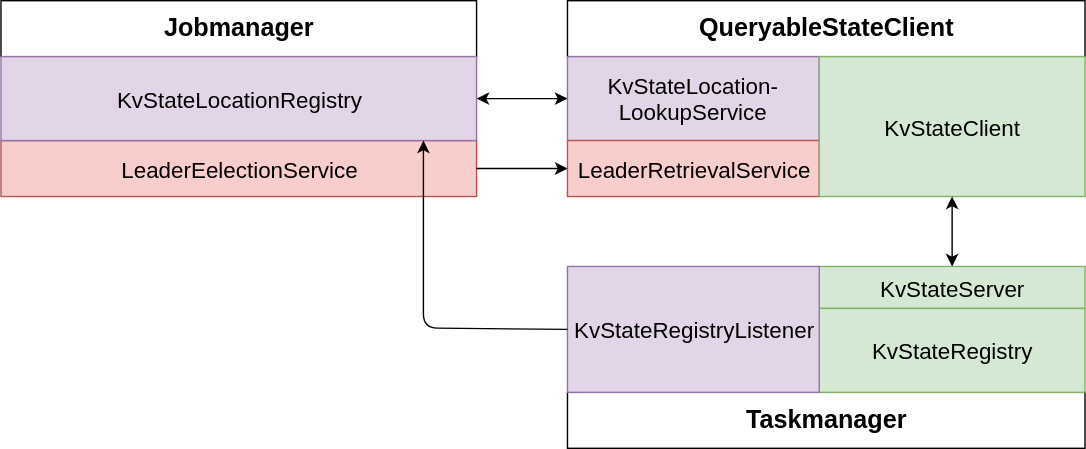
Above: qb-talk/img/QueryableStateFlow.svg in knaufk/queryable-billing (draw.io), before the change. Source tidied: cells renumbered, new cells last; positions are measured from the earlier drawing's top-left corner, leaving out a move shared by most shapes. Its diagram source:
```xml
<mxGraphModel background="#ffffff">
  <root>
    <mxCell id="0" />
    <mxCell id="1" parent="0" />
    <mxCell id="2" value="&lt;b&gt;QueryableStateClient&lt;/b&gt;" style="whiteSpace=wrap;html=1;fontSize=18;" parent="1" vertex="1">
      <mxGeometry x="405" width="370" height="40" as="geometry" />
    </mxCell>
    <mxCell id="3" value="&lt;div&gt;&lt;span&gt;KvStateLocation-&lt;/span&gt;&lt;span&gt;LookupService&lt;/span&gt;&lt;br&gt;&lt;/div&gt;" style="whiteSpace=wrap;html=1;fillColor=#e1d5e7;strokeColor=#9673a6;fontSize=16;" parent="1" vertex="1">
      <mxGeometry x="405" y="40" width="180" height="60" as="geometry" />
    </mxCell>
    <mxCell id="4" value="LeaderRetrievalService" style="whiteSpace=wrap;html=1;fillColor=#f8cecc;strokeColor=#b85450;fontSize=16;" parent="1" vertex="1">
      <mxGeometry x="405" y="100" width="180" height="40" as="geometry" />
    </mxCell>
    <mxCell id="5" value="&lt;b&gt;Jobmanager&lt;/b&gt;" style="whiteSpace=wrap;html=1;fillColor=#ffffff;strokeColor=#000000;fontSize=18;" parent="1" vertex="1">
      <mxGeometry width="340" height="40" as="geometry" />
    </mxCell>
    <mxCell id="6" value="LeaderEelectionService" style="whiteSpace=wrap;html=1;fillColor=#f8cecc;strokeColor=#b85450;fontSize=16;" parent="1" vertex="1">
      <mxGeometry y="100" width="340" height="40" as="geometry" />
    </mxCell>
    <mxCell id="7" style="endArrow=classic;html=1;entryX=0;entryY=0.5;" parent="1" edge="1" target="4">
      <mxGeometry relative="1" as="geometry">
        <mxPoint x="340" y="120" as="sourcePoint" />
      </mxGeometry>
    </mxCell>
    <mxCell id="8" value="&lt;div&gt;KvStateClient&lt;/div&gt;" style="whiteSpace=wrap;html=1;fillColor=#d5e8d4;strokeColor=#82B366;fontSize=16;" parent="1" vertex="1">
      <mxGeometry x="585" y="40" width="190" height="100" as="geometry" />
    </mxCell>
    <mxCell id="9" value="&lt;div&gt;&lt;b&gt;Taskmanager&lt;/b&gt;&lt;br&gt;&lt;/div&gt;" style="whiteSpace=wrap;html=1;fillColor=#ffffff;strokeColor=#000000;fontSize=18;" parent="1" vertex="1">
      <mxGeometry x="405" y="280" width="370" height="40" as="geometry" />
    </mxCell>
    <mxCell id="10" value="&lt;font style=&quot;font-size: 16px&quot;&gt;KvStateServer&lt;/font&gt;" style="whiteSpace=wrap;html=1;fillColor=#d5e8d4;strokeColor=#82b366;" parent="1" vertex="1">
      <mxGeometry x="585" y="190" width="190" height="30" as="geometry" />
    </mxCell>
    <mxCell id="11" value="KvStateRegistry" style="whiteSpace=wrap;html=1;fillColor=#d5e8d4;strokeColor=#82b366;fontSize=16;" parent="1" vertex="1">
      <mxGeometry x="585" y="220" width="190" height="60" as="geometry" />
    </mxCell>
    <mxCell id="12" value="KvStateLocationRegistry" style="whiteSpace=wrap;html=1;fillColor=#e1d5e7;strokeColor=#9673a6;fontSize=16;" parent="1" vertex="1">
      <mxGeometry y="40" width="340" height="60" as="geometry" />
    </mxCell>
    <mxCell id="13" value="&lt;pre&gt;&lt;font style=&quot;font-size: 16px&quot; face=&quot;Helvetica&quot;&gt;KvStateRegistryListener&lt;/font&gt;&lt;/pre&gt;" style="whiteSpace=wrap;html=1;fillColor=#e1d5e7;strokeColor=#9673a6;" parent="1" vertex="1">
      <mxGeometry x="405" y="190" width="180" height="90" as="geometry" />
    </mxCell>
    <mxCell id="14" style="endArrow=classic;html=1;exitX=0;exitY=0.5;" parent="1" edge="1" source="13">
      <mxGeometry relative="1" as="geometry">
        <mxPoint x="302" y="100" as="targetPoint" />
        <Array as="points">
          <mxPoint x="302" y="234" />
        </Array>
      </mxGeometry>
    </mxCell>
    <mxCell id="15" style="endArrow=classic;startArrow=classic;html=1;strokeColor=#000000;strokeWidth=1;fontSize=16;fontColor=#000000;entryX=0;entryY=0.5;" parent="1" edge="1" source="12" target="3">
      <mxGeometry relative="1" as="geometry" />
    </mxCell>
    <mxCell id="16" style="endArrow=classic;startArrow=classic;html=1;strokeColor=#000000;strokeWidth=1;fontSize=16;fontColor=#000000;entryX=0.5;entryY=1;exitX=0.5;exitY=0;" parent="1" edge="1" source="10" target="8">
      <mxGeometry relative="1" as="geometry" />
    </mxCell>
  </root>
</mxGraphModel>
```
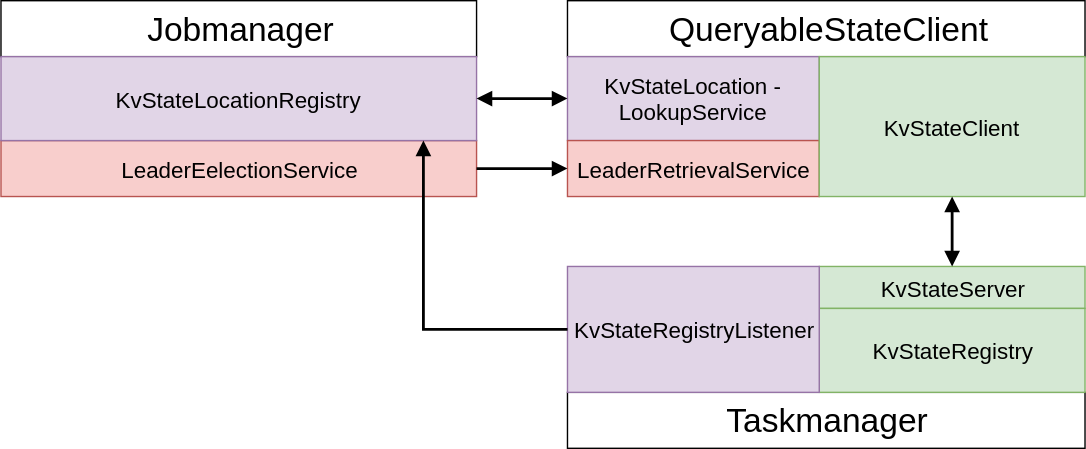
The same diagram one commit later.

Diff of the diagram source:
```diff
@@ -2,22 +2,22 @@
   <root>
     <mxCell id="0" />
     <mxCell id="1" parent="0" />
-    <mxCell id="2" value="&lt;b&gt;QueryableStateClient&lt;/b&gt;" style="whiteSpace=wrap;html=1;fontSize=18;" parent="1" vertex="1">
+    <mxCell id="2" value="&lt;font style=&quot;font-size: 24px&quot;&gt;QueryableStateClient&lt;/font&gt;" style="whiteSpace=wrap;html=1;fontSize=18;" parent="1" vertex="1">
       <mxGeometry x="405" width="370" height="40" as="geometry" />
     </mxCell>
-    <mxCell id="3" value="&lt;div&gt;&lt;span&gt;KvStateLocation-&lt;/span&gt;&lt;span&gt;LookupService&lt;/span&gt;&lt;br&gt;&lt;/div&gt;" style="whiteSpace=wrap;html=1;fillColor=#e1d5e7;strokeColor=#9673a6;fontSize=16;" parent="1" vertex="1">
+    <mxCell id="3" value="&lt;div&gt;&lt;span&gt;KvStateLocation -&lt;/span&gt;&lt;span&gt;LookupService&lt;/span&gt;&lt;br&gt;&lt;/div&gt;" style="whiteSpace=wrap;html=1;fillColor=#e1d5e7;strokeColor=#9673a6;fontSize=16;" parent="1" vertex="1">
       <mxGeometry x="405" y="40" width="180" height="60" as="geometry" />
     </mxCell>
     <mxCell id="4" value="LeaderRetrievalService" style="whiteSpace=wrap;html=1;fillColor=#f8cecc;strokeColor=#b85450;fontSize=16;" parent="1" vertex="1">
       <mxGeometry x="405" y="100" width="180" height="40" as="geometry" />
     </mxCell>
-    <mxCell id="5" value="&lt;b&gt;Jobmanager&lt;/b&gt;" style="whiteSpace=wrap;html=1;fillColor=#ffffff;strokeColor=#000000;fontSize=18;" parent="1" vertex="1">
+    <mxCell id="5" value="&lt;font style=&quot;font-size: 24px&quot;&gt;Jobmanager&lt;/font&gt;" style="whiteSpace=wrap;html=1;fillColor=#ffffff;strokeColor=#000000;fontSize=18;" parent="1" vertex="1">
       <mxGeometry width="340" height="40" as="geometry" />
     </mxCell>
     <mxCell id="6" value="LeaderEelectionService" style="whiteSpace=wrap;html=1;fillColor=#f8cecc;strokeColor=#b85450;fontSize=16;" parent="1" vertex="1">
       <mxGeometry y="100" width="340" height="40" as="geometry" />
     </mxCell>
-    <mxCell id="7" style="endArrow=classic;html=1;entryX=0;entryY=0.5;" parent="1" edge="1" target="4">
+    <mxCell id="7" style="endArrow=block;html=1;entryX=0;entryY=0.5;strokeWidth=2;endFill=1;" parent="1" edge="1" target="4">
       <mxGeometry relative="1" as="geometry">
         <mxPoint x="340" y="120" as="sourcePoint" />
       </mxGeometry>
@@ -25,7 +25,7 @@
     <mxCell id="8" value="&lt;div&gt;KvStateClient&lt;/div&gt;" style="whiteSpace=wrap;html=1;fillColor=#d5e8d4;strokeColor=#82B366;fontSize=16;" parent="1" vertex="1">
       <mxGeometry x="585" y="40" width="190" height="100" as="geometry" />
     </mxCell>
-    <mxCell id="9" value="&lt;div&gt;&lt;b&gt;Taskmanager&lt;/b&gt;&lt;br&gt;&lt;/div&gt;" style="whiteSpace=wrap;html=1;fillColor=#ffffff;strokeColor=#000000;fontSize=18;" parent="1" vertex="1">
+    <mxCell id="9" value="&lt;div&gt;&lt;font style=&quot;font-size: 24px&quot;&gt;Taskmanager&lt;/font&gt;&lt;br&gt;&lt;/div&gt;" style="whiteSpace=wrap;html=1;fillColor=#ffffff;strokeColor=#000000;fontSize=18;" parent="1" vertex="1">
       <mxGeometry x="405" y="280" width="370" height="40" as="geometry" />
     </mxCell>
     <mxCell id="10" value="&lt;font style=&quot;font-size: 16px&quot;&gt;KvStateServer&lt;/font&gt;" style="whiteSpace=wrap;html=1;fillColor=#d5e8d4;strokeColor=#82b366;" parent="1" vertex="1">
@@ -40,18 +40,18 @@
     <mxCell id="13" value="&lt;pre&gt;&lt;font style=&quot;font-size: 16px&quot; face=&quot;Helvetica&quot;&gt;KvStateRegistryListener&lt;/font&gt;&lt;/pre&gt;" style="whiteSpace=wrap;html=1;fillColor=#e1d5e7;strokeColor=#9673a6;" parent="1" vertex="1">
       <mxGeometry x="405" y="190" width="180" height="90" as="geometry" />
     </mxCell>
-    <mxCell id="14" style="endArrow=classic;html=1;exitX=0;exitY=0.5;" parent="1" edge="1" source="13">
+    <mxCell id="14" style="endArrow=block;html=1;exitX=0;exitY=0.5;strokeWidth=2;rounded=0;endFill=1;" parent="1" edge="1" source="13">
       <mxGeometry relative="1" as="geometry">
         <mxPoint x="302" y="100" as="targetPoint" />
         <Array as="points">
-          <mxPoint x="302" y="234" />
+          <mxPoint x="302" y="235" />
         </Array>
       </mxGeometry>
     </mxCell>
-    <mxCell id="15" style="endArrow=classic;startArrow=classic;html=1;strokeColor=#000000;strokeWidth=1;fontSize=16;fontColor=#000000;entryX=0;entryY=0.5;" parent="1" edge="1" source="12" target="3">
+    <mxCell id="15" style="endArrow=block;startArrow=block;html=1;strokeColor=#000000;strokeWidth=2;fontSize=16;fontColor=#000000;entryX=0;entryY=0.5;startFill=1;endFill=1;" parent="1" edge="1" source="12" target="3">
       <mxGeometry relative="1" as="geometry" />
     </mxCell>
-    <mxCell id="16" style="endArrow=classic;startArrow=classic;html=1;strokeColor=#000000;strokeWidth=1;fontSize=16;fontColor=#000000;entryX=0.5;entryY=1;exitX=0.5;exitY=0;" parent="1" edge="1" source="10" target="8">
+    <mxCell id="16" style="endArrow=block;startArrow=block;html=1;strokeColor=#000000;strokeWidth=2;fontSize=16;fontColor=#000000;entryX=0.5;entryY=1;exitX=0.5;exitY=0;endFill=1;startFill=1;" parent="1" edge="1" source="10" target="8">
       <mxGeometry relative="1" as="geometry" />
     </mxCell>
   </root>
```
